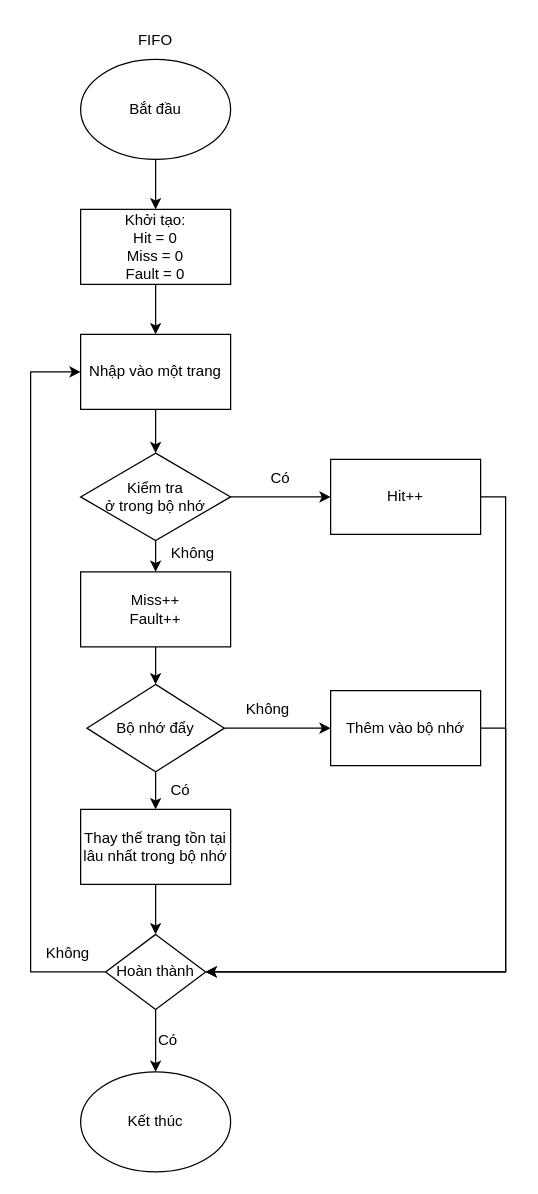
Earlier version of the draw.io diagram OS_Lab06_FIFO.drawio (KiRzEa/Diagram). Source tidied: cells renumbered, new cells numbered last; positions are measured from the earlier drawing's top-left corner, leaving out a move shared by most shapes. Both pictures are drawn from the tidied source at 125%, with x=0, y=0 at pixel (30, 21).
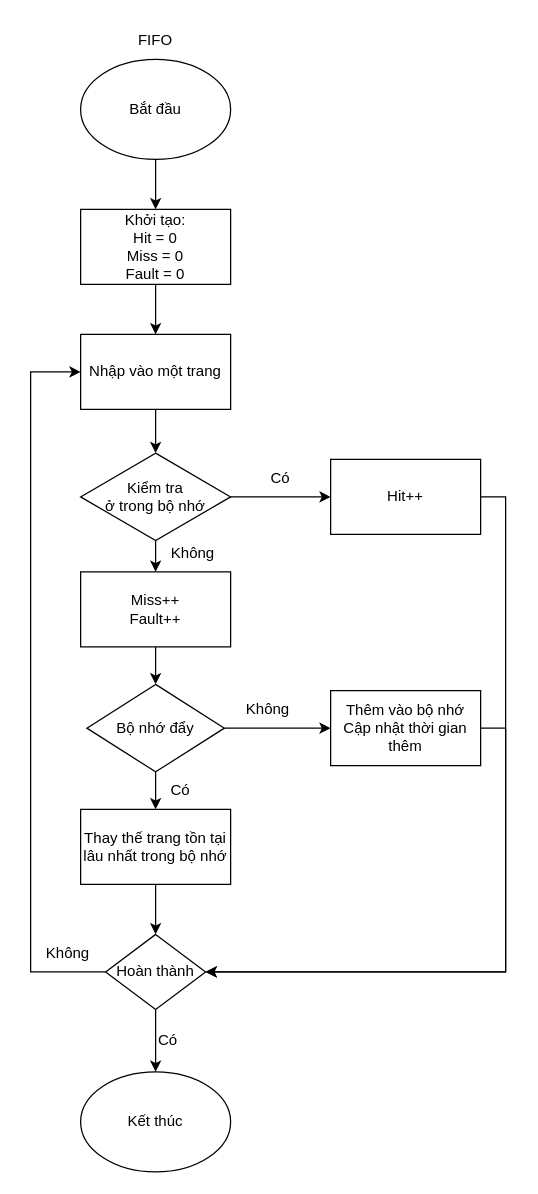
The same page after the edit.

Commit message:
Cập nhật OS_Lab06_FIFO.drawio

Diff of the diagram source:
```diff
@@
-    <mxCell id="19" value="Thêm vào bộ nhớ&lt;br&gt;" style="rounded=0;whiteSpace=wrap;html=1;" parent="1" vertex="1">
+    <mxCell id="19" value="Thêm vào bộ nhớ&lt;br&gt;Cập nhật thời gian thêm" style="rounded=0;whiteSpace=wrap;html=1;" parent="1" vertex="1">
       <mxGeometry x="240" y="535" width="120" height="60" as="geometry" />
     </mxCell>
```
